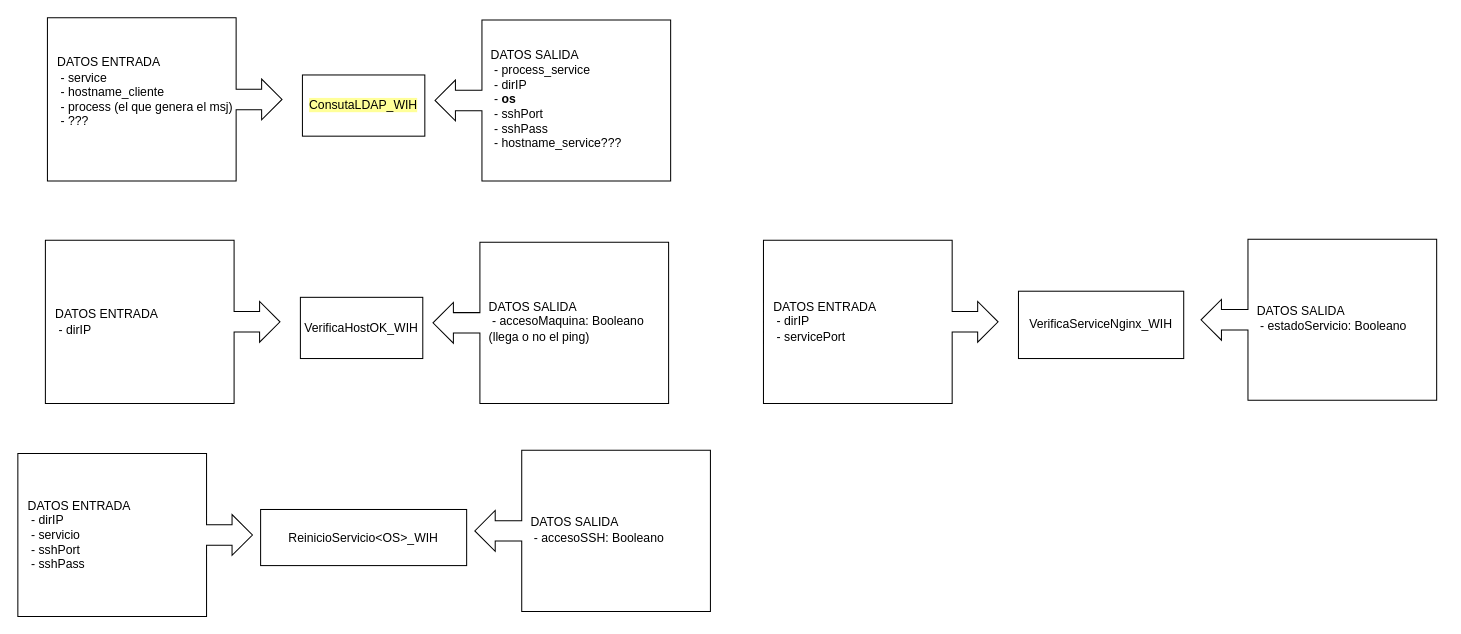
MarianaReyesH/gestionRed keeps this draw.io diagram as page "WIH" (4 of 4) of esquemaProcesos.drawio. Above is the earlier version. Source tidied: cells renumbered, new cells numbered last; positions are measured from the earlier drawing's top-left corner, leaving out a move shared by most shapes. Both pictures are drawn from the tidied source at 102%, with x=0, y=0 at pixel (17, 17).
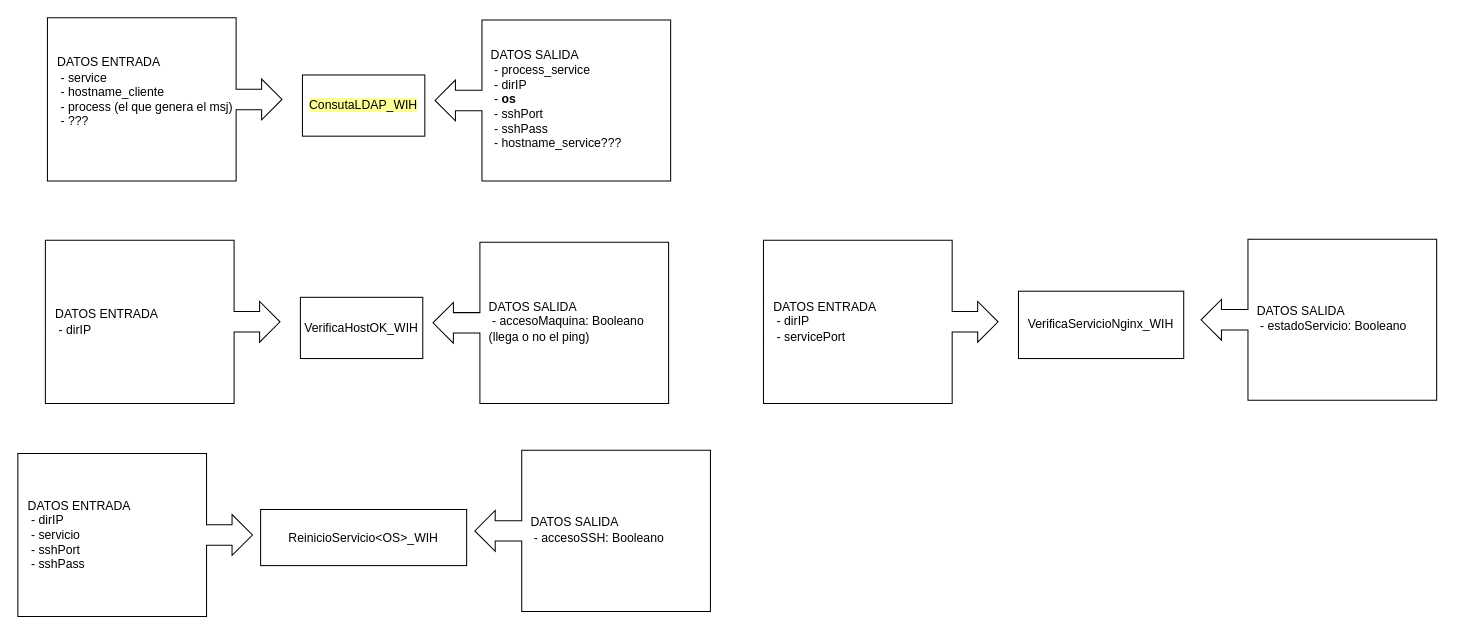
The same page after the edit.

Diff of the diagram source:
```diff
@@
-    <mxCell id="17" value="&lt;div&gt;&lt;span style=&quot;background-color: rgb(255, 255, 255);&quot;&gt;VerificaServiceNginx_WIH&lt;/span&gt;&lt;/div&gt;" style="rounded=0;whiteSpace=wrap;html=1;" parent="1" vertex="1">
+    <mxCell id="17" value="&lt;div&gt;&lt;span style=&quot;background-color: rgb(255, 255, 255);&quot;&gt;VerificaServicioNginx_WIH&lt;/span&gt;&lt;/div&gt;" style="rounded=0;whiteSpace=wrap;html=1;" parent="1" vertex="1">
       <mxGeometry x="981" y="268" width="162" height="66" as="geometry" />
     </mxCell>
```
